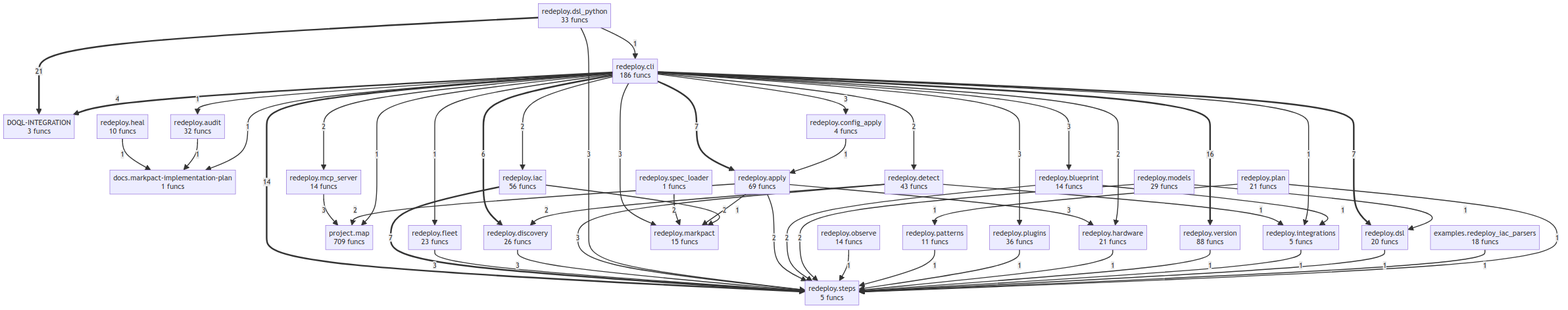
This is project/compact_flow.png from maskservice/redeploy, a Mermaid export, as it was before one commit. Its source is kept beside it as project/compact_flow.mmd.
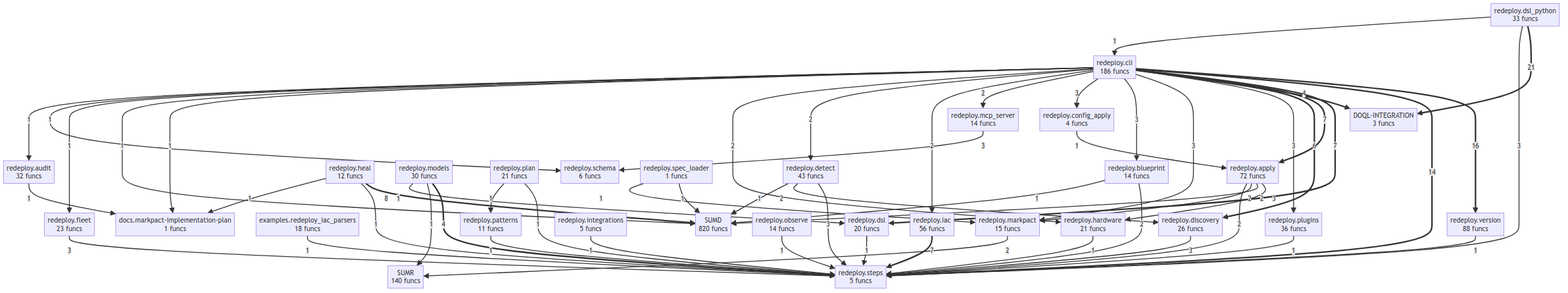
The same file after the commit.

What changed in the source:
```diff
@@ -1,9 +1,10 @@
 flowchart TD
     DOQL_INTEGRATION["DOQL-INTEGRATION<br/>3 funcs"]
+    SUMD["SUMD<br/>820 funcs"]
+    SUMR["SUMR<br/>140 funcs"]
     docs__markpact_implementation_plan["docs.markpact-implementation-plan<br/>1 funcs"]
     examples__redeploy_iac_parsers["examples.redeploy_iac_parsers<br/>18 funcs"]
-    project__map["project.map<br/>709 funcs"]
-    redeploy__apply["redeploy.apply<br/>69 funcs"]
+    redeploy__apply["redeploy.apply<br/>72 funcs"]
     redeploy__audit["redeploy.audit<br/>32 funcs"]
     redeploy__blueprint["redeploy.blueprint<br/>14 funcs"]
     redeploy__cli["redeploy.cli<br/>186 funcs"]
@@ -14,30 +15,33 @@
     redeploy__dsl_python["redeploy.dsl_python<br/>33 funcs"]
     redeploy__fleet["redeploy.fleet<br/>23 funcs"]
     redeploy__hardware["redeploy.hardware<br/>21 funcs"]
-    redeploy__heal["redeploy.heal<br/>10 funcs"]
+    redeploy__heal["redeploy.heal<br/>12 funcs"]
     redeploy__iac["redeploy.iac<br/>56 funcs"]
     redeploy__integrations["redeploy.integrations<br/>5 funcs"]
     redeploy__markpact["redeploy.markpact<br/>15 funcs"]
     redeploy__mcp_server["redeploy.mcp_server<br/>14 funcs"]
-    redeploy__models["redeploy.models<br/>29 funcs"]
+    redeploy__models["redeploy.models<br/>30 funcs"]
     redeploy__observe["redeploy.observe<br/>14 funcs"]
     redeploy__patterns["redeploy.patterns<br/>11 funcs"]
     redeploy__plan["redeploy.plan<br/>21 funcs"]
     redeploy__plugins["redeploy.plugins<br/>36 funcs"]
+    redeploy__schema["redeploy.schema<br/>6 funcs"]
     redeploy__spec_loader["redeploy.spec_loader<br/>1 funcs"]
     redeploy__steps["redeploy.steps<br/>5 funcs"]
     redeploy__version["redeploy.version<br/>88 funcs"]
     redeploy__dsl_python ==>|21| DOQL_INTEGRATION
     redeploy__cli ==>|16| redeploy__version
     redeploy__cli ==>|14| redeploy__steps
+    redeploy__heal ==>|8| SUMD
     redeploy__cli ==>|7| redeploy__dsl
     redeploy__cli ==>|7| redeploy__apply
     redeploy__iac ==>|7| redeploy__steps
     redeploy__cli ==>|6| redeploy__discovery
     redeploy__cli ==>|4| DOQL_INTEGRATION
+    redeploy__models ==>|4| redeploy__steps
     redeploy__fleet -->|3| redeploy__steps
     redeploy__discovery -->|3| redeploy__steps
-    redeploy__mcp_server -->|3| project__map
+    redeploy__mcp_server -->|3| redeploy__schema
     redeploy__detect -->|3| redeploy__steps
     redeploy__cli -->|3| redeploy__plugins
     redeploy__cli -->|3| redeploy__markpact
@@ -45,37 +49,39 @@
     redeploy__cli -->|3| redeploy__config_apply
     redeploy__dsl_python -->|3| redeploy__steps
     redeploy__apply -->|3| redeploy__hardware
-    redeploy__spec_loader -->|2| redeploy__markpact
     redeploy__detect -->|2| redeploy__discovery
     redeploy__cli -->|2| redeploy__mcp_server
     redeploy__cli -->|2| redeploy__iac
     redeploy__cli -->|2| redeploy__detect
     redeploy__cli -->|2| redeploy__hardware
-    redeploy__apply -->|2| project__map
+    redeploy__apply -->|2| SUMD
     redeploy__apply -->|2| redeploy__markpact
     redeploy__apply -->|2| redeploy__steps
     redeploy__blueprint -->|2| redeploy__steps
-    redeploy__models -->|2| redeploy__steps
+    redeploy__markpact -->|2| SUMR
     redeploy__observe -->|1| redeploy__steps
-    redeploy__heal -->|1| docs__markpact_implementation_plan
+    redeploy__spec_loader -->|1| SUMD
+    redeploy__spec_loader -->|1| redeploy__markpact
     redeploy__patterns -->|1| redeploy__steps
     redeploy__audit -->|1| docs__markpact_implementation_plan
-    redeploy__detect -->|1| redeploy__integrations
+    redeploy__detect -->|1| SUMD
     redeploy__config_apply -->|1| redeploy__apply
     redeploy__cli -->|1| docs__markpact_implementation_plan
-    redeploy__cli -->|1| redeploy__integrations
+    redeploy__cli -->|1| SUMD
     redeploy__cli -->|1| redeploy__fleet
+    redeploy__cli -->|1| redeploy__schema
     redeploy__cli -->|1| redeploy__audit
     redeploy__plugins -->|1| redeploy__steps
     redeploy__dsl_python -->|1| redeploy__cli
     redeploy__hardware -->|1| redeploy__steps
     redeploy__version -->|1| redeploy__steps
-    redeploy__blueprint -->|1| redeploy__integrations
-    redeploy__integrations -->|1| redeploy__steps
-    redeploy__dsl -->|1| redeploy__steps
-    redeploy__iac -->|1| redeploy__markpact
-    examples__redeploy_iac_parsers -->|1| redeploy__steps
     redeploy__plan -->|1| redeploy__steps
     redeploy__plan -->|1| redeploy__patterns
+    redeploy__blueprint -->|1| SUMD
+    redeploy__dsl -->|1| redeploy__steps
+    examples__redeploy_iac_parsers -->|1| redeploy__steps
+    redeploy__integrations -->|1| redeploy__steps
+    redeploy__heal -->|1| redeploy__steps
+    redeploy__heal -->|1| docs__markpact_implementation_plan
+    redeploy__models -->|1| SUMR
     redeploy__models -->|1| redeploy__dsl
-    redeploy__cli -->|1| project__map
```
